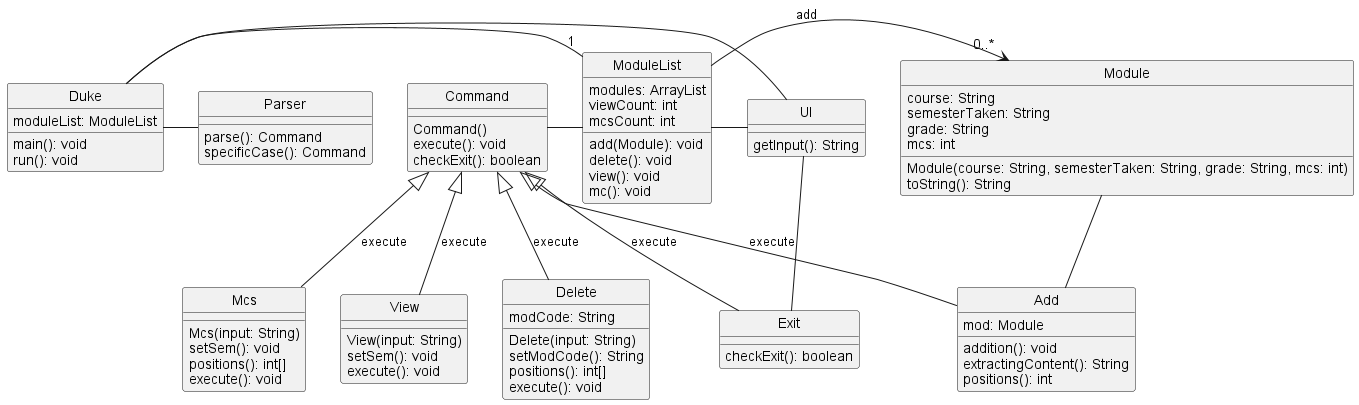
Above: docs/diagrams/ClassDiagram.png in nus-cs2113-AY2223S1/tp (PlantUML), before the change. Source of this version:
```plantuml
@startuml Class Diagram
hide circle

class Duke
class Parser
class UI
class Command
class Add
class Delete
class Exit
class Mcs
class View
class ModuleList
class Module

class Duke {
moduleList: ModuleList
main(): void
run(): void
}

class Parser {
parse(): Command
specificCase(): Command
}

class UI {
getInput(): String
}

class Command {
Command()
execute(): void
checkExit(): boolean
}

class Module {
course: String
semesterTaken: String
grade: String
mcs: int
Module(course: String, semesterTaken: String, grade: String, mcs: int)
toString(): String
}

class Add {
mod: Module
addition(): void
extractingContent(): String
positions(): int
}

class Delete {
modCode: String
Delete(input: String)
setModCode(): String
positions(): int[]
execute(): void
}

class Exit {
checkExit(): boolean
}

class Mcs {
Mcs(input: String)
setSem(): void
positions(): int[]
execute(): void
}

class View {
View(input: String)
setSem(): void
execute(): void
}

class ModuleList {
modules: ArrayList
viewCount: int
mcsCount: int
add(Module): void
delete(): void
view(): void
mc(): void
}

Command <|-- Add : execute
Command <|-- Delete : execute
Command <|-- Exit : execute
Command <|-- Mcs : execute
Command <|-- View : execute
Duke - "1" ModuleList
Duke - UI
Duke - Parser
Module -- Add
ModuleList - UI
UI -- Exit
Command - ModuleList
ModuleList -> "0..*" Module : add



@enduml
```
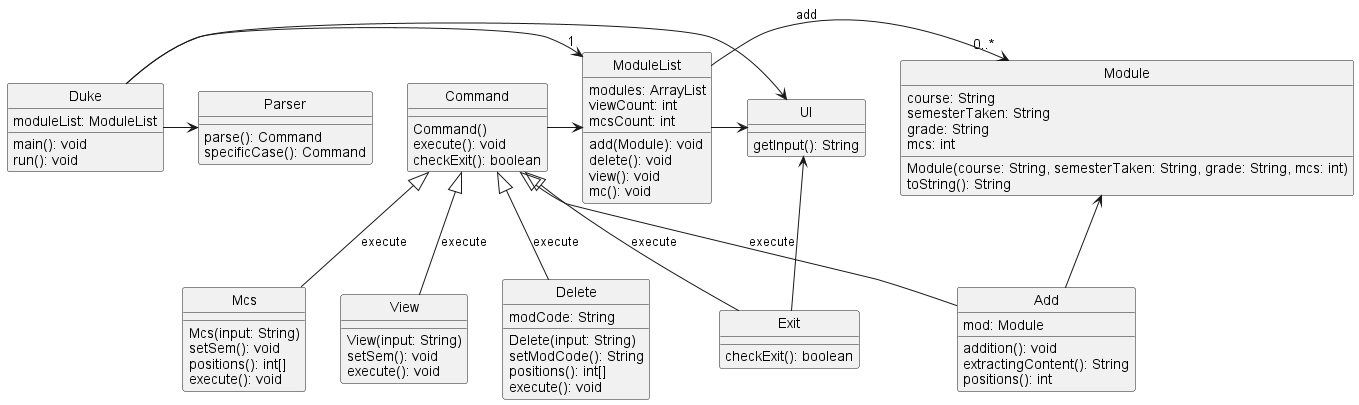
The same file after the commit.

Commit message:
Added lines in DG an changed Class Diagram

Change to the diagram source:
```diff
@@ -90,13 +90,13 @@
 Command <|-- Exit : execute
 Command <|-- Mcs : execute
 Command <|-- View : execute
-Duke - "1" ModuleList
-Duke - UI
-Duke - Parser
-Module -- Add
-ModuleList - UI
-UI -- Exit
-Command - ModuleList
+Duke -> "1" ModuleList
+Duke -> UI
+Duke -> Parser
+Module <-- Add
+ModuleList -> UI
+UI <-- Exit
+Command -> ModuleList
 ModuleList -> "0..*" Module : add
 
 
```
